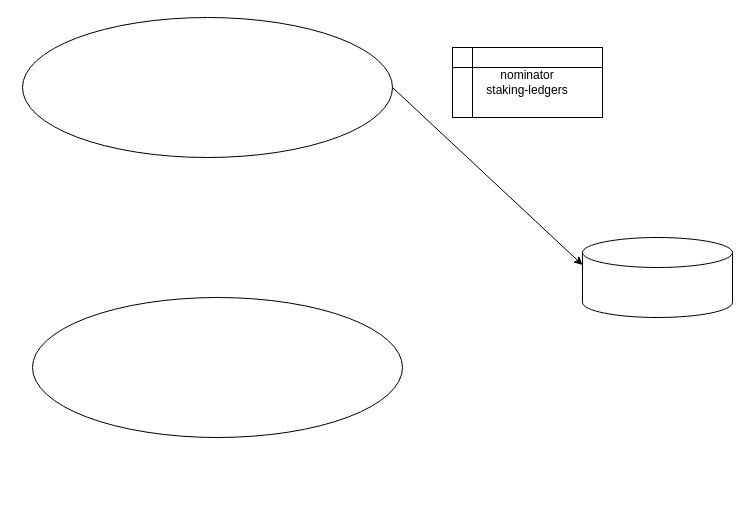
Earlier version of the draw.io diagram entity-relationship-Diagram.drawio (herryho/flowchars). Source tidied: cells renumbered, new cells numbered last; positions are measured from the earlier drawing's top-left corner, leaving out a move shared by most shapes. Both pictures are drawn from the tidied source at 100%, with x=0, y=0 at pixel (22, 17).
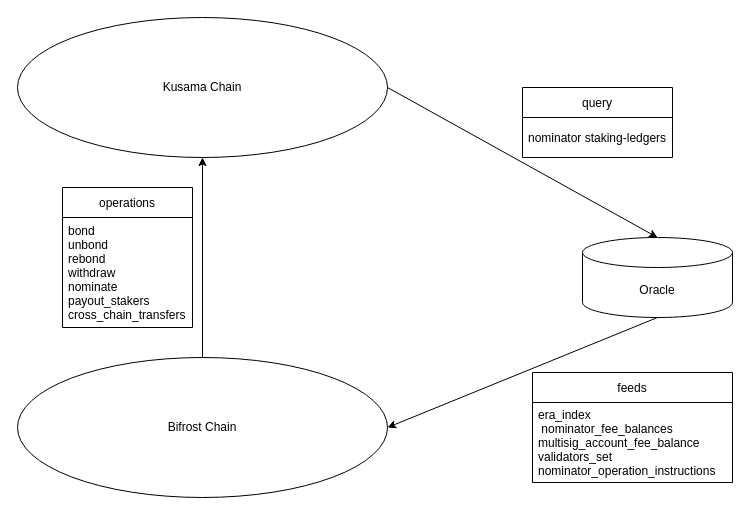
The same page after the edit.

The edit, as a diff of the source:
```diff
@@
 <mxGraphModel>
   <root>
     <mxCell id="0" />
     <mxCell id="1" parent="0" />
-    <mxCell id="2" style="shape=cylinder3;whiteSpace=wrap;html=1;boundedLbl=1;backgroundOutline=1;size=15;" parent="1" vertex="1">
+    <mxCell id="2" value="Oracle" style="shape=cylinder3;whiteSpace=wrap;html=1;boundedLbl=1;backgroundOutline=1;size=15;" parent="1" vertex="1">
       <mxGeometry x="560" y="220" width="150" height="80" as="geometry" />
     </mxCell>
-    <mxCell id="3" style="ellipse;whiteSpace=wrap;html=1;" parent="1" vertex="1">
-      <mxGeometry width="370" height="140" as="geometry" />
+    <mxCell id="3" value="Kusama Chain" style="ellipse;whiteSpace=wrap;html=1;" parent="1" vertex="1">
+      <mxGeometry x="-5" width="370" height="140" as="geometry" />
     </mxCell>
-    <mxCell id="4" style="ellipse;whiteSpace=wrap;html=1;" parent="1" vertex="1">
-      <mxGeometry x="10" y="280" width="370" height="140" as="geometry" />
+    <mxCell id="4" value="Bifrost Chain" style="ellipse;whiteSpace=wrap;html=1;" parent="1" vertex="1">
+      <mxGeometry x="-5" y="340" width="370" height="140" as="geometry" />
     </mxCell>
+    <mxCell id="6" style="endArrow=classic;html=1;rounded=0;exitX=1;exitY=0.5;exitDx=0;exitDy=0;entryX=0.5;entryY=0;entryDx=0;entryDy=0;entryPerimeter=0;" parent="1" edge="1" source="3" target="2">
+      <mxGeometry relative="1" as="geometry" />
+    </mxCell>
+    <mxCell id="7" style="endArrow=classic;html=1;rounded=0;exitX=0.5;exitY=1;exitDx=0;exitDy=0;exitPerimeter=0;entryX=1;entryY=0.5;entryDx=0;entryDy=0;" parent="1" edge="1" source="2" target="4">
+      <mxGeometry relative="1" as="geometry" />
+    </mxCell>
+    <mxCell id="8" value="feeds" style="swimlane;fontStyle=0;horizontal=1;startSize=30;" parent="1" vertex="1">
+      <mxGeometry x="510" y="355" width="200" height="110" as="geometry" />
+    </mxCell>
+    <mxCell id="9" value="era_index&#10; nominator_fee_balances&#10;multisig_account_fee_balance&#10;validators_set&#10;nominator_operation_instructions" style="text;strokeColor=none;fillColor=none;align=left;verticalAlign=middle;spacingLeft=4;spacingRight=4;overflow=hidden;" parent="8" vertex="1">
+      <mxGeometry y="30" width="200" height="80" as="geometry" />
+    </mxCell>
+    <mxCell id="10" value="query" style="swimlane;fontStyle=0;horizontal=1;startSize=30;" parent="1" vertex="1">
+      <mxGeometry x="500" y="70" width="150" height="70" as="geometry" />
+    </mxCell>
-    <mxCell id="5" value="nominator&lt;br&gt;staking-ledgers" style="shape=internalStorage;whiteSpace=wrap;html=1;backgroundOutline=1;" parent="1" vertex="1">
-      <mxGeometry x="430" y="30" width="150" height="70" as="geometry" />
+    <mxCell id="5" value="nominator staking-ledgers" style="text;strokeColor=none;fillColor=none;align=left;verticalAlign=middle;spacingLeft=4;spacingRight=4;overflow=hidden;" parent="10" vertex="1">
+      <mxGeometry y="30" width="150" height="40" as="geometry" />
     </mxCell>
-    <mxCell id="6" style="endArrow=classic;html=1;rounded=0;exitX=1;exitY=0.5;exitDx=0;exitDy=0;entryX=0;entryY=0;entryDx=0;entryDy=27.5;entryPerimeter=0;" parent="1" edge="1" source="3" target="2">
-      <mxGeometry relative="1" as="geometry" />
-    </mxCell>
+    <mxCell id="11" style="endArrow=classic;html=1;rounded=0;entryX=0.5;entryY=1;entryDx=0;entryDy=0;exitX=0.5;exitY=0;exitDx=0;exitDy=0;" parent="1" edge="1" source="4" target="3">
+      <mxGeometry relative="1" as="geometry" />
+    </mxCell>
+    <mxCell id="12" value="operations" style="swimlane;fontStyle=0;horizontal=1;startSize=30;" parent="1" vertex="1">
+      <mxGeometry x="40" y="170" width="130" height="140" as="geometry" />
+    </mxCell>
+    <mxCell id="13" value="bond&#10;unbond&#10;rebond&#10;withdraw&#10;nominate&#10;payout_stakers&#10;cross_chain_transfers" style="text;strokeColor=none;fillColor=none;align=left;verticalAlign=middle;spacingLeft=4;spacingRight=4;overflow=hidden;" parent="12" vertex="1">
+      <mxGeometry y="30" width="130" height="110" as="geometry" />
+    </mxCell>
   </root>
 </mxGraphModel>
```
